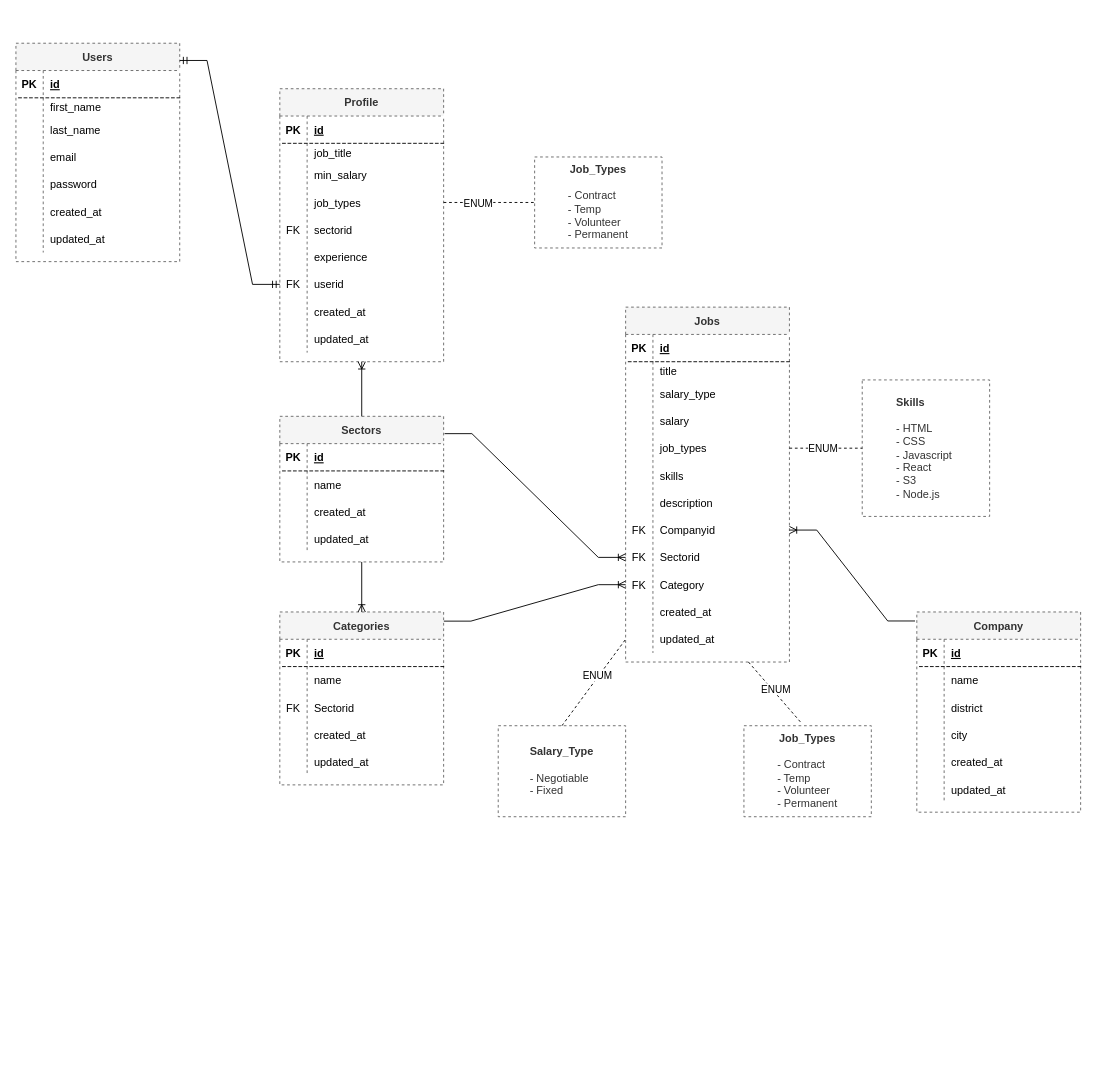
This is Untitled Diagram.drawio from Kascod/first-repo, a draw.io file, before an edit. Source tidied: cells renumbered, new cells numbered last; positions are measured from the earlier drawing's top-left corner, leaving out a move shared by most shapes. Both pictures are drawn from the tidied source at 91%, with x=0, y=0 at pixel (15, 43).
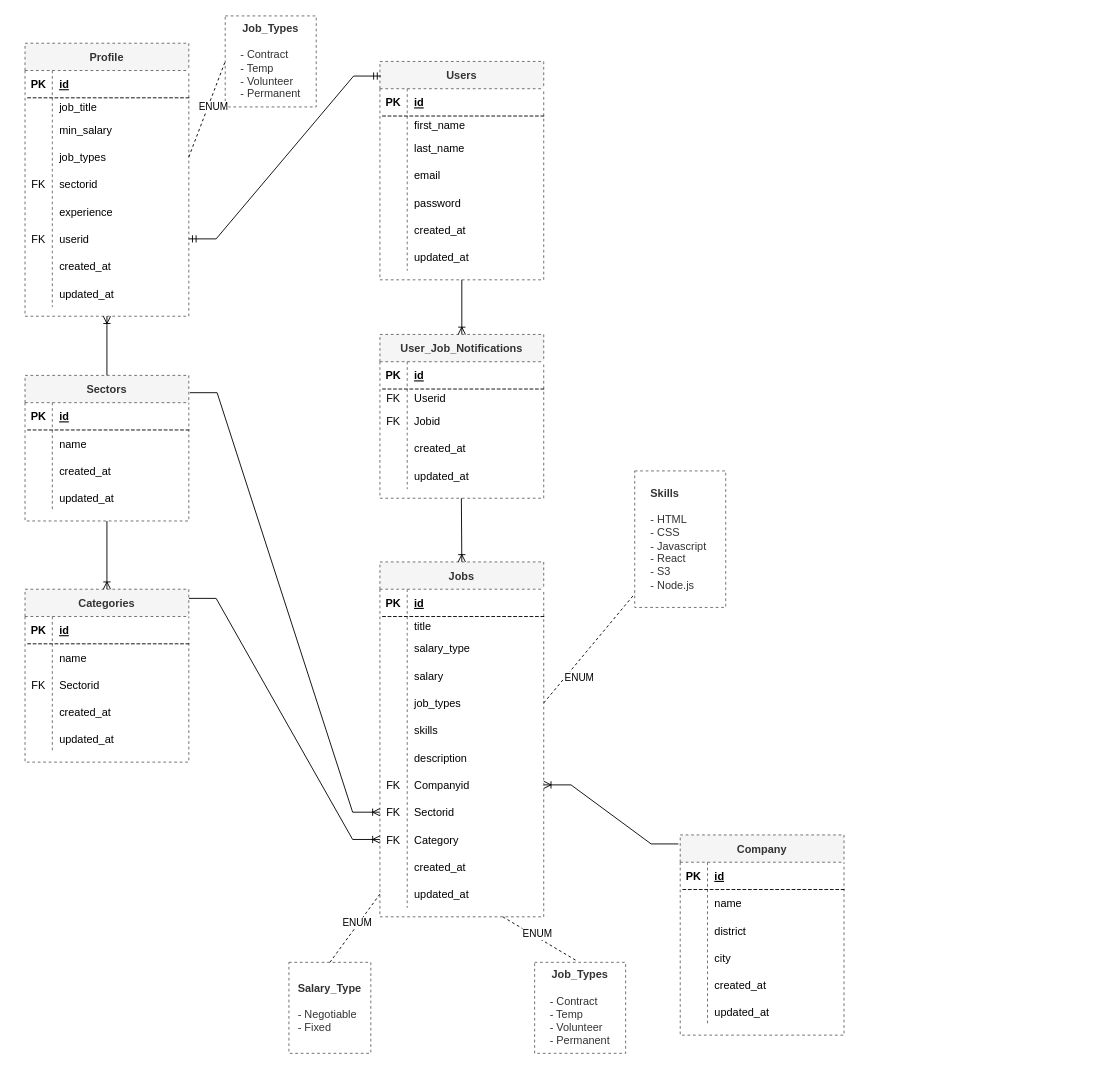
Above is the later version.

The change refers to these unchanged cells:
```xml
<mxCell id="43" style="shape=tableRow;horizontal=0;startSize=0;swimlaneHead=0;swimlaneBody=0;fillColor=none;points=[[0,0.5],[1,0.5]];portConstraint=eastwest;top=0;left=0;right=0;bottom=0;dashed=1;" parent="24" vertex="1">
  <mxGeometry y="200" width="180" height="30" as="geometry" />
</mxCell>
<mxCell id="114" style="edgeStyle=none;rounded=0;jettySize=auto;html=1;exitX=1;exitY=0.5;exitDx=0;exitDy=0;entryX=0;entryY=0.5;entryDx=0;entryDy=0;dashed=1;endArrow=none;endFill=0;" parent="1" edge="1" source="34" target="52">
  <mxGeometry relative="1" as="geometry" />
</mxCell>
```

What changed in the source:
```diff
@@
     <mxCell id="2" value="Users" style="shape=table;startSize=30;childLayout=tableLayout;rowLines=0;fontStyle=1;align=center;dashed=1;fillColor=#f5f5f5;strokeColor=#666666;fontColor=#333333;" parent="1" vertex="1">
-      <mxGeometry width="180" height="240" as="geometry" />
+      <mxGeometry x="400" y="20" width="180" height="240" as="geometry" />
     </mxCell>
@@
     <mxCell id="24" value="Profile" style="shape=table;startSize=30;childLayout=tableLayout;rowLines=0;fontStyle=1;align=center;dashed=1;fillColor=#f5f5f5;strokeColor=#666666;fontColor=#333333;" parent="1" vertex="1">
-      <mxGeometry x="290" y="50" width="180" height="300" as="geometry" />
+      <mxGeometry x="10" width="180" height="300" as="geometry" />
     </mxCell>
@@
     <mxCell id="52" value="Job_Types&lt;br&gt;&lt;br&gt;&lt;div style=&quot;text-align: left;&quot;&gt;&lt;span style=&quot;font-weight: normal;&quot;&gt;- Contract&lt;/span&gt;&lt;/div&gt;&lt;div style=&quot;text-align: left;&quot;&gt;&lt;span style=&quot;font-weight: normal;&quot;&gt;- Temp&lt;/span&gt;&lt;/div&gt;&lt;div style=&quot;text-align: left;&quot;&gt;&lt;span style=&quot;font-weight: normal;&quot;&gt;- Volunteer&lt;/span&gt;&lt;/div&gt;&lt;div style=&quot;text-align: left;&quot;&gt;&lt;span style=&quot;font-weight: normal;&quot;&gt;- Permanent&lt;/span&gt;&lt;/div&gt;" style="whiteSpace=wrap;html=1;fillColor=#FFFFFF;strokeColor=#666666;fontColor=#333333;startSize=30;fontStyle=1;dashed=1;" parent="1" vertex="1">
-      <mxGeometry x="570" y="125" width="140" height="100" as="geometry" />
+      <mxGeometry x="230" y="-30" width="100" height="100" as="geometry" />
     </mxCell>
-    <mxCell id="53" style="edgeStyle=entityRelationEdgeStyle;fontSize=12;html=1;endArrow=ERmandOne;startArrow=ERmandOne;rounded=0;entryX=0;entryY=0.5;entryDx=0;entryDy=0;exitX=1;exitY=0.079;exitDx=0;exitDy=0;exitPerimeter=0;" parent="1" edge="1" source="2" target="43">
+    <mxCell id="53" style="edgeStyle=entityRelationEdgeStyle;fontSize=12;html=1;endArrow=ERmandOne;startArrow=ERmandOne;rounded=0;entryX=1;entryY=0.5;entryDx=0;entryDy=0;exitX=0.006;exitY=0.067;exitDx=0;exitDy=0;exitPerimeter=0;" parent="1" edge="1" source="2" target="43">
       <mxGeometry relative="1" as="geometry" />
     </mxCell>
     <mxCell id="54" value="Sectors" style="shape=table;startSize=30;childLayout=tableLayout;rowLines=0;fontStyle=1;align=center;dashed=1;fillColor=#f5f5f5;strokeColor=#666666;fontColor=#333333;" parent="1" vertex="1">
-      <mxGeometry x="290" y="410" width="180" height="160" as="geometry" />
+      <mxGeometry x="10" y="365" width="180" height="160" as="geometry" />
     </mxCell>
@@
     <mxCell id="68" value="Jobs" style="shape=table;startSize=30;childLayout=tableLayout;rowLines=0;fontStyle=1;align=center;dashed=1;fillColor=#f5f5f5;strokeColor=#666666;fontColor=#333333;" parent="1" vertex="1">
-      <mxGeometry x="670" y="290" width="180" height="390" as="geometry" />
+      <mxGeometry x="400" y="570" width="180" height="390" as="geometry" />
     </mxCell>
@@
     <mxCell id="105" value="Job_Types&lt;br&gt;&lt;br&gt;&lt;div style=&quot;text-align: left;&quot;&gt;&lt;span style=&quot;font-weight: normal;&quot;&gt;- Contract&lt;/span&gt;&lt;/div&gt;&lt;span style=&quot;font-weight: normal;&quot;&gt;&lt;div style=&quot;text-align: left;&quot;&gt;- Temp&lt;/div&gt;&lt;div style=&quot;text-align: left;&quot;&gt;- Volunteer&lt;/div&gt;&lt;div style=&quot;text-align: left;&quot;&gt;- Permanent&lt;/div&gt;&lt;/span&gt;" style="whiteSpace=wrap;html=1;fillColor=#FFFFFF;strokeColor=#666666;fontColor=#333333;startSize=30;fontStyle=1;dashed=1;align=center;" parent="1" vertex="1">
-      <mxGeometry x="800" y="750" width="140" height="100" as="geometry" />
+      <mxGeometry x="570" y="1010" width="100" height="100" as="geometry" />
     </mxCell>
     <mxCell id="106" value="Salary_Type&lt;br&gt;&lt;br&gt;&lt;div style=&quot;text-align: left;&quot;&gt;&lt;span style=&quot;font-weight: normal;&quot;&gt;- Negotiable&lt;/span&gt;&lt;/div&gt;&lt;div style=&quot;text-align: left;&quot;&gt;&lt;span style=&quot;font-weight: normal;&quot;&gt;- Fixed&amp;nbsp;&lt;/span&gt;&lt;/div&gt;" style="whiteSpace=wrap;html=1;fillColor=#FFFFFF;strokeColor=#666666;fontColor=#333333;startSize=30;fontStyle=1;dashed=1;" parent="1" vertex="1">
-      <mxGeometry x="530" y="750" width="140" height="100" as="geometry" />
+      <mxGeometry x="300" y="1010" width="90" height="100" as="geometry" />
     </mxCell>
     <mxCell id="107" value="&lt;div style=&quot;text-align: left;&quot;&gt;Skills&lt;/div&gt;&lt;div style=&quot;text-align: left;&quot;&gt;&lt;br&gt;&lt;/div&gt;&lt;span style=&quot;font-weight: normal;&quot;&gt;&lt;div style=&quot;text-align: left;&quot;&gt;- HTML&lt;/div&gt;&lt;div style=&quot;text-align: left;&quot;&gt;- CSS&amp;nbsp;&lt;/div&gt;&lt;div style=&quot;text-align: left;&quot;&gt;- Javascript&amp;nbsp;&lt;/div&gt;&lt;div style=&quot;text-align: left;&quot;&gt;- React&amp;nbsp;&lt;/div&gt;&lt;div style=&quot;text-align: left;&quot;&gt;- S3&amp;nbsp;&lt;/div&gt;&lt;div style=&quot;text-align: left;&quot;&gt;- Node.js&amp;nbsp;&lt;/div&gt;&lt;/span&gt;" style="whiteSpace=wrap;html=1;fillColor=#FFFFFF;strokeColor=#666666;fontColor=#333333;startSize=30;fontStyle=1;dashed=1;" parent="1" vertex="1">
-      <mxGeometry x="930" y="370" width="140" height="150" as="geometry" />
+      <mxGeometry x="680" y="470" width="100" height="150" as="geometry" />
     </mxCell>
@@
     <mxCell id="115" value="ENUM" style="edgeLabel;html=1;align=center;verticalAlign=middle;" parent="114" vertex="1">
-      <mxGeometry x="-0.27" y="-1" relative="1" as="geometry" />
+      <mxGeometry x="-0.27" y="-1" relative="1" as="geometry">
+        <mxPoint x="11" y="-18" as="offset" />
+      </mxGeometry>
     </mxCell>
@@
     <mxCell id="118" value="Categories" style="shape=table;startSize=30;childLayout=tableLayout;rowLines=0;fontStyle=1;align=center;dashed=1;fillColor=#f5f5f5;strokeColor=#666666;fontColor=#333333;" parent="1" vertex="1">
-      <mxGeometry x="290" y="625" width="180" height="190" as="geometry" />
+      <mxGeometry x="10" y="600" width="180" height="190" as="geometry" />
     </mxCell>
@@
     <mxCell id="135" value="Company" style="shape=table;startSize=30;childLayout=tableLayout;rowLines=0;fontStyle=1;align=center;dashed=1;fillColor=#f5f5f5;strokeColor=#666666;fontColor=#333333;" parent="1" vertex="1">
-      <mxGeometry x="990" y="625" width="180" height="220" as="geometry" />
+      <mxGeometry x="730" y="870" width="180" height="220" as="geometry" />
     </mxCell>
@@
+    <mxCell id="155" style="edgeStyle=none;rounded=0;orthogonalLoop=1;jettySize=auto;html=1;exitX=0.75;exitY=0;exitDx=0;exitDy=0;endArrow=none;endFill=0;" parent="1" edge="1" source="105" target="105">
+      <mxGeometry relative="1" as="geometry" />
+    </mxCell>
+    <mxCell id="156" value="User_Job_Notifications" style="shape=table;startSize=30;childLayout=tableLayout;rowLines=0;fontStyle=1;align=center;dashed=1;fillColor=#f5f5f5;strokeColor=#666666;fontColor=#333333;" parent="1" vertex="1">
+      <mxGeometry x="400" y="320" width="180" height="180" as="geometry" />
+    </mxCell>
+    <mxCell id="157" style="shape=tableRow;horizontal=0;startSize=0;swimlaneHead=0;swimlaneBody=0;fillColor=none;top=0;left=0;right=0;bottom=1;dashed=1;" parent="156" vertex="1">
+      <mxGeometry y="30" width="180" height="30" as="geometry" />
+    </mxCell>
+    <mxCell id="158" value="PK" style="shape=partialRectangle;fillColor=none;top=0;left=0;bottom=0;right=0;fontStyle=1;overflow=hidden;dashed=1;" parent="157" vertex="1">
+      <mxGeometry width="30" height="30" as="geometry" />
+    </mxCell>
+    <mxCell id="159" value="id" style="shape=partialRectangle;fillColor=none;top=0;left=0;bottom=0;right=0;align=left;spacingLeft=6;fontStyle=5;overflow=hidden;dashed=1;" parent="157" vertex="1">
+      <mxGeometry x="30" width="150" height="30" as="geometry" />
+    </mxCell>
+    <mxCell id="160" style="shape=tableRow;horizontal=0;startSize=0;swimlaneHead=0;swimlaneBody=0;fillColor=none;top=0;left=0;right=0;bottom=0;dashed=1;" parent="156" vertex="1">
+      <mxGeometry y="60" width="180" height="20" as="geometry" />
+    </mxCell>
+    <mxCell id="161" value="FK" style="shape=partialRectangle;fillColor=none;top=0;left=0;bottom=0;right=0;overflow=hidden;dashed=1;" parent="160" vertex="1">
+      <mxGeometry width="30" height="20" as="geometry" />
+    </mxCell>
+    <mxCell id="162" value="Userid" style="shape=partialRectangle;fillColor=none;top=0;left=0;bottom=0;right=0;align=left;spacingLeft=6;overflow=hidden;dashed=1;" parent="160" vertex="1">
+      <mxGeometry x="30" width="150" height="20" as="geometry" />
+    </mxCell>
+    <mxCell id="163" style="shape=tableRow;horizontal=0;startSize=0;swimlaneHead=0;swimlaneBody=0;fillColor=none;top=0;left=0;right=0;bottom=0;dashed=1;" parent="156" vertex="1">
+      <mxGeometry y="80" width="180" height="30" as="geometry" />
+    </mxCell>
+    <mxCell id="164" value="FK" style="shape=partialRectangle;fillColor=none;top=0;left=0;bottom=0;right=0;overflow=hidden;dashed=1;" parent="163" vertex="1">
+      <mxGeometry width="30" height="30" as="geometry" />
+    </mxCell>
+    <mxCell id="165" value="Jobid" style="shape=partialRectangle;fillColor=none;top=0;left=0;bottom=0;right=0;align=left;spacingLeft=6;overflow=hidden;dashed=1;" parent="163" vertex="1">
+      <mxGeometry x="30" width="150" height="30" as="geometry" />
+    </mxCell>
+    <mxCell id="166" style="shape=tableRow;horizontal=0;startSize=0;swimlaneHead=0;swimlaneBody=0;fillColor=none;top=0;left=0;right=0;bottom=0;dashed=1;" parent="156" vertex="1">
+      <mxGeometry y="110" width="180" height="30" as="geometry" />
+    </mxCell>
+    <mxCell id="167" style="shape=partialRectangle;fillColor=none;top=0;left=0;bottom=0;right=0;overflow=hidden;dashed=1;" parent="166" vertex="1">
+      <mxGeometry width="30" height="30" as="geometry" />
+    </mxCell>
+    <mxCell id="168" value="created_at" style="shape=partialRectangle;fillColor=none;top=0;left=0;bottom=0;right=0;align=left;spacingLeft=6;overflow=hidden;dashed=1;" parent="166" vertex="1">
+      <mxGeometry x="30" width="150" height="30" as="geometry" />
+    </mxCell>
+    <mxCell id="169" style="shape=tableRow;horizontal=0;startSize=0;swimlaneHead=0;swimlaneBody=0;fillColor=none;top=0;left=0;right=0;bottom=0;dashed=1;" parent="156" vertex="1">
+      <mxGeometry y="140" width="180" height="30" as="geometry" />
+    </mxCell>
+    <mxCell id="170" style="shape=partialRectangle;fillColor=none;top=0;left=0;bottom=0;right=0;overflow=hidden;dashed=1;" parent="169" vertex="1">
+      <mxGeometry width="30" height="30" as="geometry" />
+    </mxCell>
+    <mxCell id="171" value="updated_at" style="shape=partialRectangle;fillColor=none;top=0;left=0;bottom=0;right=0;align=left;spacingLeft=6;overflow=hidden;dashed=1;" parent="169" vertex="1">
+      <mxGeometry x="30" width="150" height="30" as="geometry" />
+    </mxCell>
+    <mxCell id="172" style="fontSize=12;html=1;endArrow=ERoneToMany;rounded=0;entryX=0.5;entryY=0;entryDx=0;entryDy=0;exitX=0.5;exitY=1;exitDx=0;exitDy=0;" parent="1" edge="1" source="2" target="156">
+      <mxGeometry relative="1" as="geometry" />
+    </mxCell>
+    <mxCell id="173" style="fontSize=12;html=1;endArrow=ERoneToMany;rounded=0;entryX=0.5;entryY=0;entryDx=0;entryDy=0;exitX=0.5;exitY=1;exitDx=0;exitDy=0;" parent="1" edge="1" target="68">
+      <mxGeometry relative="1" as="geometry">
+        <mxPoint x="489.5" y="500" as="sourcePoint" />
+      </mxGeometry>
+    </mxCell>
```
